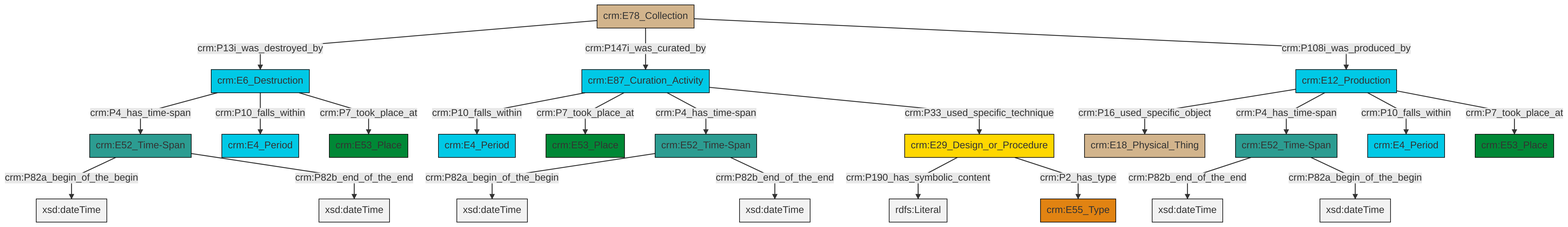
Above: et/archivalCSV/ttl/mmd/png/archival_existence.png in swiss-art-research-net/docs.swissartresearch (Mermaid), before the change. Its source is kept beside it as et/archivalCSV/ttl/mmd/archival_existence.ttl.mmd.
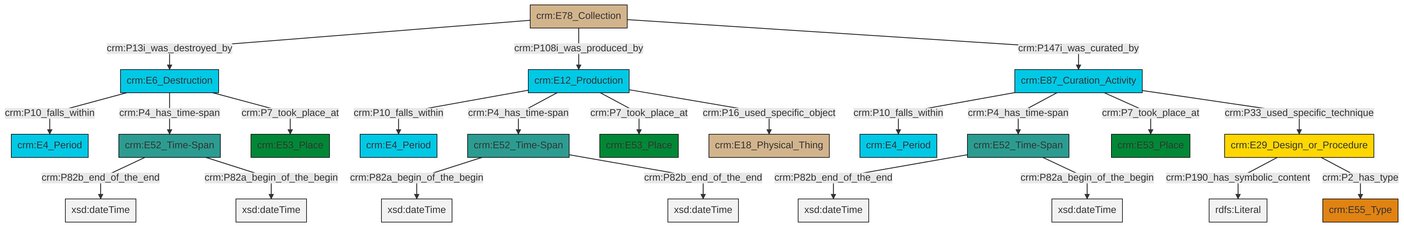
The same file after the commit.

Diff of the diagram source:
```diff
@@ -13,25 +13,25 @@
 classDef PC_Classes fill:#4ce600, stroke:#000000;
 classDef Multi fill:#cccccc,stroke:#000000;
 
-2["crm:E6_Destruction"]:::Temporal_Entity -->|crm:P4_has_time-span| 3["crm:E52_Time-Span"]:::Time-Span
-3["crm:E52_Time-Span"]:::Time-Span -->|crm:P82a_begin_of_the_begin| 4[xsd:dateTime]:::Literal
-7["crm:E87_Curation_Activity"]:::Temporal_Entity -->|crm:P10_falls_within| 8["crm:E4_Period"]:::Temporal_Entity
-11["crm:E12_Production"]:::Temporal_Entity -->|crm:P16_used_specific_object| 12["crm:E18_Physical_Thing"]:::Physical_Thing
-11["crm:E12_Production"]:::Temporal_Entity -->|crm:P4_has_time-span| 14["crm:E52_Time-Span"]:::Time-Span
-17["crm:E78_Collection"]:::Physical_Thing -->|crm:P13i_was_destroyed_by| 2["crm:E6_Destruction"]:::Temporal_Entity
-17["crm:E78_Collection"]:::Physical_Thing -->|crm:P147i_was_curated_by| 7["crm:E87_Curation_Activity"]:::Temporal_Entity
-5["crm:E29_Design_or_Procedure"]:::Conceptual_Object -->|crm:P190_has_symbolic_content| 20[rdfs:Literal]:::Literal
-2["crm:E6_Destruction"]:::Temporal_Entity -->|crm:P10_falls_within| 0["crm:E4_Period"]:::Temporal_Entity
-11["crm:E12_Production"]:::Temporal_Entity -->|crm:P10_falls_within| 21["crm:E4_Period"]:::Temporal_Entity
-17["crm:E78_Collection"]:::Physical_Thing -->|crm:P108i_was_produced_by| 11["crm:E12_Production"]:::Temporal_Entity
-14["crm:E52_Time-Span"]:::Time-Span -->|crm:P82b_end_of_the_end| 23[xsd:dateTime]:::Literal
-7["crm:E87_Curation_Activity"]:::Temporal_Entity -->|crm:P7_took_place_at| 24["crm:E53_Place"]:::Place
-7["crm:E87_Curation_Activity"]:::Temporal_Entity -->|crm:P4_has_time-span| 15["crm:E52_Time-Span"]:::Time-Span
-5["crm:E29_Design_or_Procedure"]:::Conceptual_Object -->|crm:P2_has_type| 25["crm:E55_Type"]:::Type
-7["crm:E87_Curation_Activity"]:::Temporal_Entity -->|crm:P33_used_specific_technique| 5["crm:E29_Design_or_Procedure"]:::Conceptual_Object
-15["crm:E52_Time-Span"]:::Time-Span -->|crm:P82a_begin_of_the_begin| 33[xsd:dateTime]:::Literal
-15["crm:E52_Time-Span"]:::Time-Span -->|crm:P82b_end_of_the_end| 34[xsd:dateTime]:::Literal
-11["crm:E12_Production"]:::Temporal_Entity -->|crm:P7_took_place_at| 18["crm:E53_Place"]:::Place
-3["crm:E52_Time-Span"]:::Time-Span -->|crm:P82b_end_of_the_end| 35[xsd:dateTime]:::Literal
-14["crm:E52_Time-Span"]:::Time-Span -->|crm:P82a_begin_of_the_begin| 36[xsd:dateTime]:::Literal
-2["crm:E6_Destruction"]:::Temporal_Entity -->|crm:P7_took_place_at| 9["crm:E53_Place"]:::Place
+2["crm:E52_Time-Span"]:::Time-Span -->|crm:P82a_begin_of_the_begin| 3[xsd:dateTime]:::Literal
+6["crm:E12_Production"]:::Temporal_Entity -->|crm:P10_falls_within| 7["crm:E4_Period"]:::Temporal_Entity
+8["crm:E78_Collection"]:::Physical_Thing -->|crm:P13i_was_destroyed_by| 9["crm:E6_Destruction"]:::Temporal_Entity
+2["crm:E52_Time-Span"]:::Time-Span -->|crm:P82b_end_of_the_end| 10[xsd:dateTime]:::Literal
+6["crm:E12_Production"]:::Temporal_Entity -->|crm:P4_has_time-span| 2["crm:E52_Time-Span"]:::Time-Span
+14["crm:E52_Time-Span"]:::Time-Span -->|crm:P82b_end_of_the_end| 15[xsd:dateTime]:::Literal
+16["crm:E29_Design_or_Procedure"]:::Conceptual_Object -->|crm:P190_has_symbolic_content| 17[rdfs:Literal]:::Literal
+9["crm:E6_Destruction"]:::Temporal_Entity -->|crm:P10_falls_within| 18["crm:E4_Period"]:::Temporal_Entity
+19["crm:E87_Curation_Activity"]:::Temporal_Entity -->|crm:P10_falls_within| 20["crm:E4_Period"]:::Temporal_Entity
+19["crm:E87_Curation_Activity"]:::Temporal_Entity -->|crm:P4_has_time-span| 21["crm:E52_Time-Span"]:::Time-Span
+6["crm:E12_Production"]:::Temporal_Entity -->|crm:P7_took_place_at| 4["crm:E53_Place"]:::Place
+19["crm:E87_Curation_Activity"]:::Temporal_Entity -->|crm:P7_took_place_at| 12["crm:E53_Place"]:::Place
+6["crm:E12_Production"]:::Temporal_Entity -->|crm:P16_used_specific_object| 24["crm:E18_Physical_Thing"]:::Physical_Thing
+21["crm:E52_Time-Span"]:::Time-Span -->|crm:P82b_end_of_the_end| 26[xsd:dateTime]:::Literal
+9["crm:E6_Destruction"]:::Temporal_Entity -->|crm:P4_has_time-span| 14["crm:E52_Time-Span"]:::Time-Span
+16["crm:E29_Design_or_Procedure"]:::Conceptual_Object -->|crm:P2_has_type| 0["crm:E55_Type"]:::Type
+8["crm:E78_Collection"]:::Physical_Thing -->|crm:P108i_was_produced_by| 6["crm:E12_Production"]:::Temporal_Entity
+21["crm:E52_Time-Span"]:::Time-Span -->|crm:P82a_begin_of_the_begin| 29[xsd:dateTime]:::Literal
+19["crm:E87_Curation_Activity"]:::Temporal_Entity -->|crm:P33_used_specific_technique| 16["crm:E29_Design_or_Procedure"]:::Conceptual_Object
+8["crm:E78_Collection"]:::Physical_Thing -->|crm:P147i_was_curated_by| 19["crm:E87_Curation_Activity"]:::Temporal_Entity
+9["crm:E6_Destruction"]:::Temporal_Entity -->|crm:P7_took_place_at| 33["crm:E53_Place"]:::Place
+14["crm:E52_Time-Span"]:::Time-Span -->|crm:P82a_begin_of_the_begin| 35[xsd:dateTime]:::Literal
```
